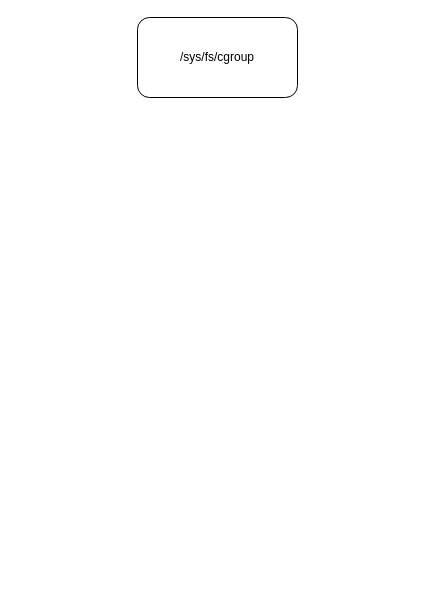
This is cgroup-hierarchy.drawio from YanshanSong/draw.io, a draw.io file, before an edit. Source tidied: cells renumbered, new cells numbered last; positions are measured from the earlier drawing's top-left corner, leaving out a move shared by most shapes. Both pictures are drawn from the tidied source at 100%, with x=0, y=0 at pixel (137, 17).
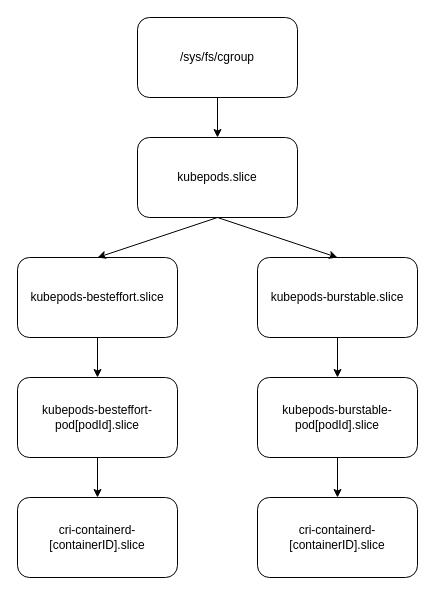
The same page after the edit.

Change to the diagram source:
```diff
@@
 <mxGraphModel>
   <root>
     <mxCell id="0" />
     <mxCell id="1" parent="0" />
     <mxCell id="2" value="/sys/fs/cgroup" style="rounded=1;whiteSpace=wrap;html=1;" parent="1" vertex="1">
       <mxGeometry width="160" height="80" as="geometry" />
     </mxCell>
+    <mxCell id="3" value="kubepods.slice" style="rounded=1;whiteSpace=wrap;html=1;" parent="1" vertex="1">
+      <mxGeometry y="120" width="160" height="80" as="geometry" />
+    </mxCell>
+    <mxCell id="4" value="kubepods-besteffort.slice" style="rounded=1;whiteSpace=wrap;html=1;" parent="1" vertex="1">
+      <mxGeometry x="-120" y="240" width="160" height="80" as="geometry" />
+    </mxCell>
+    <mxCell id="5" value="kubepods-burstable.slice" style="rounded=1;whiteSpace=wrap;html=1;" parent="1" vertex="1">
+      <mxGeometry x="120" y="240" width="160" height="80" as="geometry" />
+    </mxCell>
+    <mxCell id="6" value="kubepods-besteffort-pod[podId].slice" style="rounded=1;whiteSpace=wrap;html=1;" parent="1" vertex="1">
+      <mxGeometry x="-120" y="360" width="160" height="80" as="geometry" />
+    </mxCell>
+    <mxCell id="7" value="kubepods-burstable-pod[podId].slice" style="rounded=1;whiteSpace=wrap;html=1;" parent="1" vertex="1">
+      <mxGeometry x="120" y="360" width="160" height="80" as="geometry" />
+    </mxCell>
+    <mxCell id="8" value="cri-containerd-[containerID].slice" style="rounded=1;whiteSpace=wrap;html=1;" parent="1" vertex="1">
+      <mxGeometry x="-120" y="480" width="160" height="80" as="geometry" />
+    </mxCell>
+    <mxCell id="9" value="cri-containerd-[containerID].slice" style="rounded=1;whiteSpace=wrap;html=1;" parent="1" vertex="1">
+      <mxGeometry x="120" y="480" width="160" height="80" as="geometry" />
+    </mxCell>
+    <mxCell id="10" style="endArrow=classic;html=1;rounded=0;exitX=0.5;exitY=1;exitDx=0;exitDy=0;entryX=0.5;entryY=0;entryDx=0;entryDy=0;" parent="1" edge="1" source="2" target="3">
+      <mxGeometry relative="1" as="geometry" />
+    </mxCell>
+    <mxCell id="11" style="endArrow=classic;html=1;rounded=0;exitX=0.5;exitY=1;exitDx=0;exitDy=0;entryX=0.5;entryY=0;entryDx=0;entryDy=0;" parent="1" edge="1" source="3" target="4">
+      <mxGeometry relative="1" as="geometry" />
+    </mxCell>
+    <mxCell id="12" style="endArrow=classic;html=1;rounded=0;exitX=0.5;exitY=1;exitDx=0;exitDy=0;entryX=0.5;entryY=0;entryDx=0;entryDy=0;" parent="1" edge="1" source="3" target="5">
+      <mxGeometry relative="1" as="geometry" />
+    </mxCell>
+    <mxCell id="13" style="endArrow=classic;html=1;rounded=0;exitX=0.5;exitY=1;exitDx=0;exitDy=0;entryX=0.5;entryY=0;entryDx=0;entryDy=0;" parent="1" edge="1" source="4" target="6">
+      <mxGeometry relative="1" as="geometry" />
+    </mxCell>
+    <mxCell id="14" style="endArrow=classic;html=1;rounded=0;exitX=0.5;exitY=1;exitDx=0;exitDy=0;" parent="1" edge="1" source="5" target="7">
+      <mxGeometry relative="1" as="geometry" />
+    </mxCell>
+    <mxCell id="15" style="endArrow=classic;html=1;rounded=0;exitX=0.5;exitY=1;exitDx=0;exitDy=0;entryX=0.5;entryY=0;entryDx=0;entryDy=0;" parent="1" edge="1" source="6" target="8">
+      <mxGeometry relative="1" as="geometry" />
+    </mxCell>
+    <mxCell id="16" style="endArrow=classic;html=1;rounded=0;exitX=0.5;exitY=1;exitDx=0;exitDy=0;entryX=0.5;entryY=0;entryDx=0;entryDy=0;" parent="1" edge="1" source="7" target="9">
+      <mxGeometry relative="1" as="geometry" />
+    </mxCell>
   </root>
 </mxGraphModel>
```
